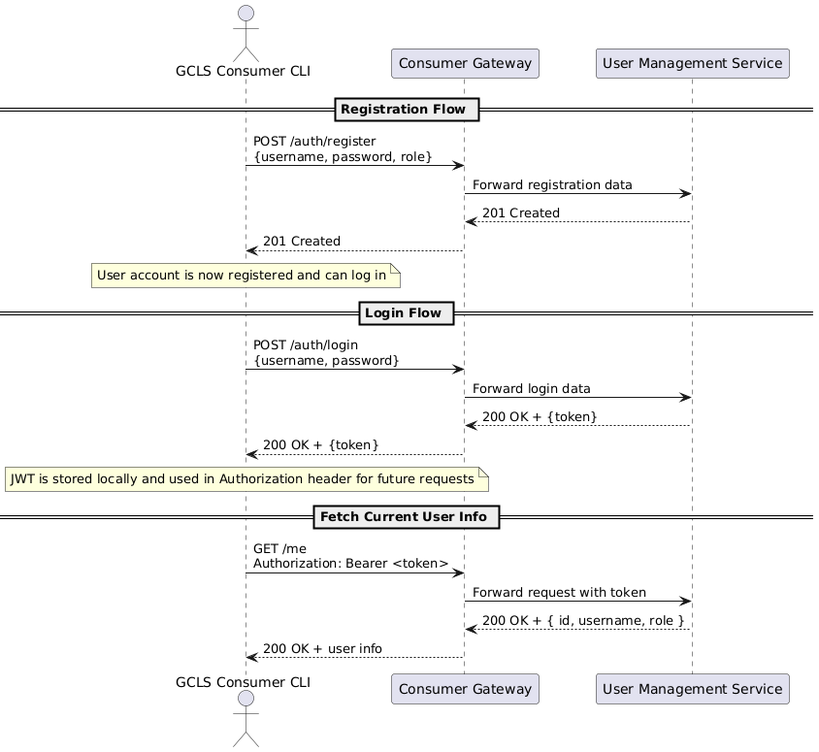
informatik-mannheim/cmg-ss2025 keeps this PlantUML diagram as out/docs/diagrams/login-consumer-cli/register-consumer-cli.png. Above is the earlier version.
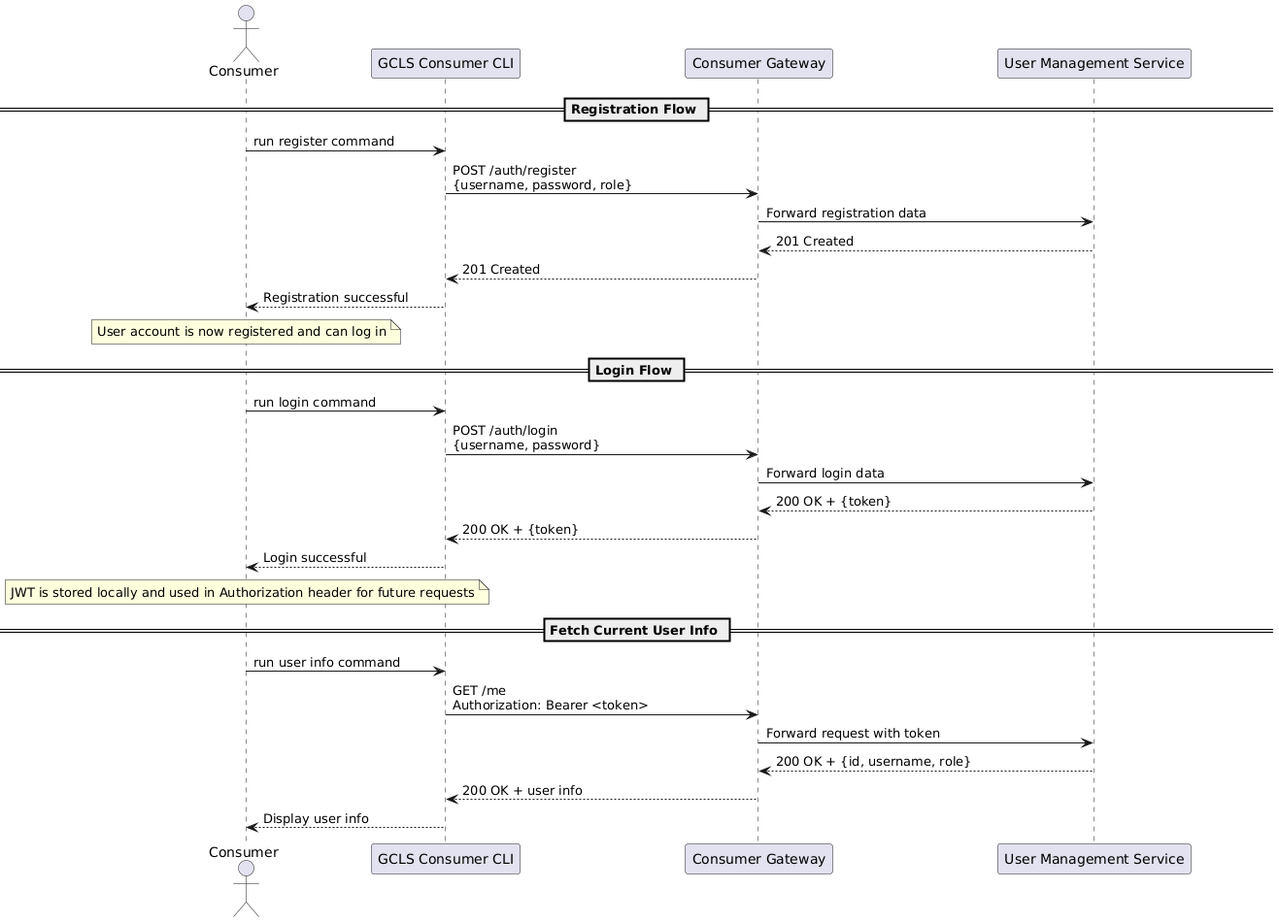
After the commit.

Commit message:
Changed puml param and added consumer as an actor, since actor is not the cli tool

Change to the diagram source:
```diff
@@ -1,33 +1,41 @@
 @startuml
 skinparam Shadowing false
-skinparam ParticipantPadding 20
+skinparam ParticipantPadding 80
 skinparam BoxPadding 10
 
-actor "GCLS Consumer CLI" as CLI
+actor "Consumer" as User
+participant "GCLS Consumer CLI" as CLI
 participant "Consumer Gateway" as Gateway
 participant "User Management Service" as UserMgmt
 
 == Registration Flow ==
 
+User -> CLI: run register command
 CLI -> Gateway: POST /auth/register\n{username, password, role}
 Gateway -> UserMgmt: Forward registration data
 UserMgmt --> Gateway: 201 Created
 Gateway --> CLI: 201 Created
+CLI --> User: Registration successful
 
-note over CLI: User account is now registered and can log in
+note over User: User account is now registered and can log in
 
 == Login Flow ==
 
+User -> CLI: run login command
 CLI -> Gateway: POST /auth/login\n{username, password}
 Gateway -> UserMgmt: Forward login data
 UserMgmt --> Gateway: 200 OK + {token}
 Gateway --> CLI: 200 OK + {token}
+CLI --> User: Login successful
 
-note over CLI: JWT is stored locally and used in Authorization header for future requests
+note over User: JWT is stored locally and used in Authorization header for future requests
 
 == Fetch Current User Info ==
+
+User -> CLI: run user info command
 CLI -> Gateway: GET /me\nAuthorization: Bearer <token>
 Gateway -> UserMgmt: Forward request with token
-UserMgmt --> Gateway: 200 OK + { id, username, role }
+UserMgmt --> Gateway: 200 OK + {id, username, role}
 Gateway --> CLI: 200 OK + user info
+CLI --> User: Display user info
 @enduml
```
